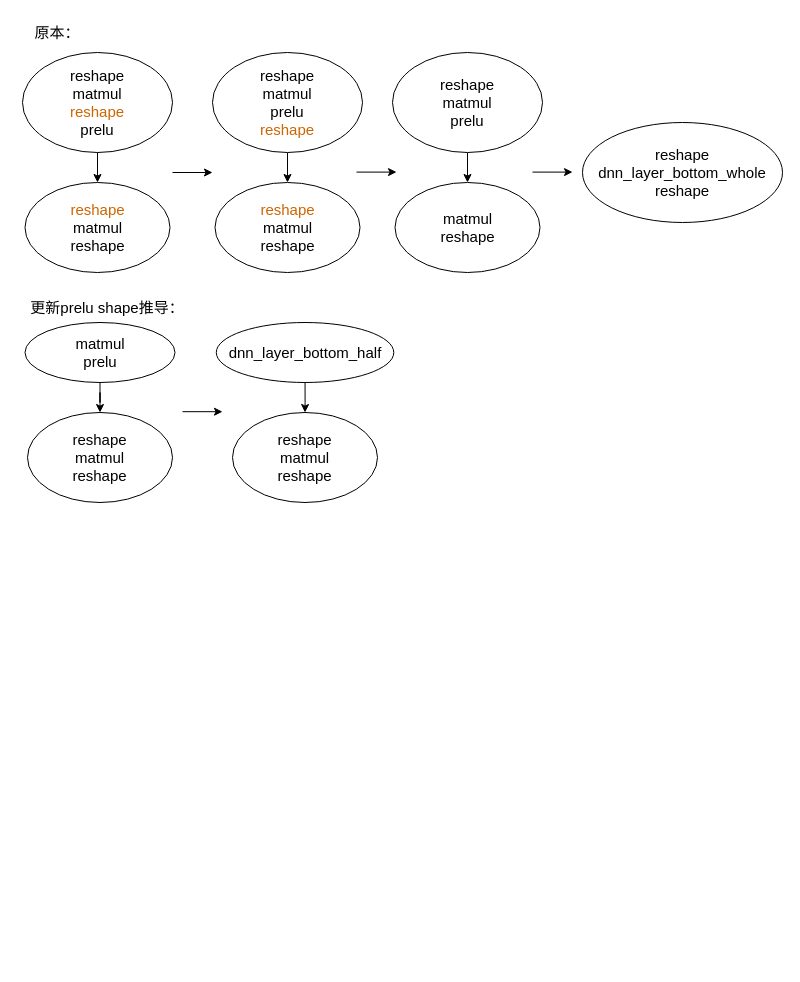
ABigDoge/MyDiagrams keeps this draw.io diagram as delay.drawio. Above is the earlier version. Source tidied: cells renumbered, new cells numbered last; positions are measured from the earlier drawing's top-left corner, leaving out a move shared by most shapes. Both pictures are drawn from the tidied source at 100%, with x=0, y=0 at pixel (22, 17).
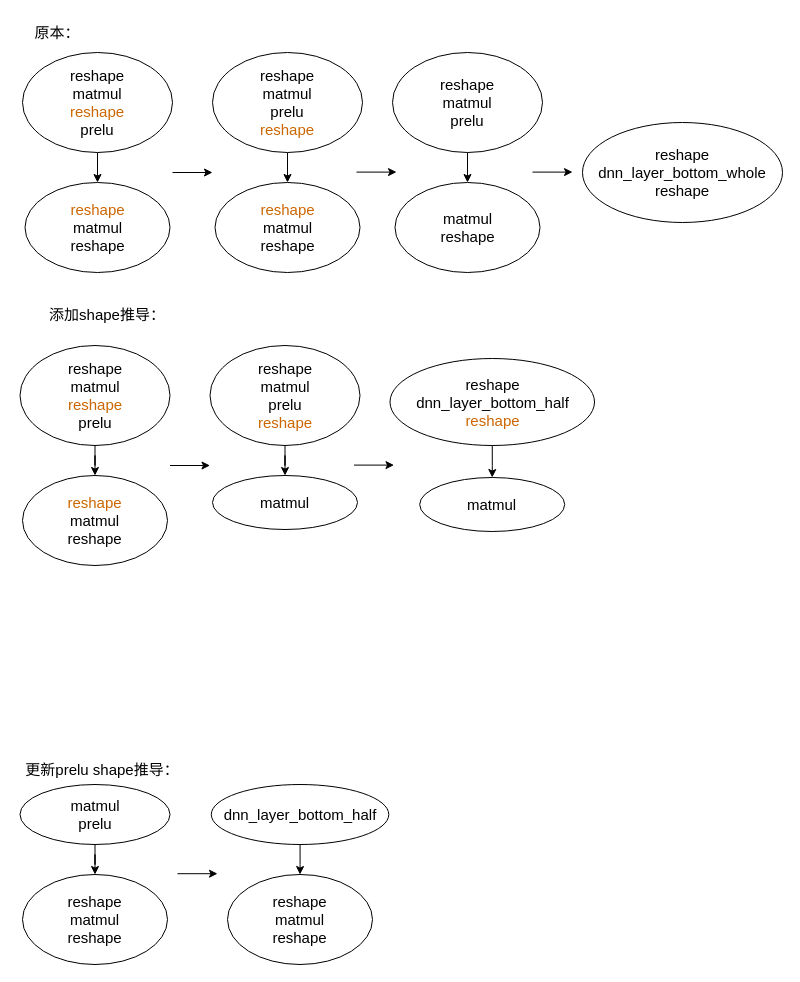
The same diagram, later.

Diff of the diagram source:
```diff
@@
     <mxCell id="13" value="&lt;div&gt;&lt;font style=&quot;font-size: 15px;&quot;&gt;matmul&lt;/font&gt;&lt;/div&gt;&lt;div&gt;&lt;font style=&quot;font-size: 15px;&quot;&gt;prelu&lt;/font&gt;&lt;/div&gt;" style="ellipse;whiteSpace=wrap;html=1;" parent="1" vertex="1">
-      <mxGeometry x="2.5" y="305" width="150" height="60" as="geometry" />
+      <mxGeometry x="-2.5" y="767" width="150" height="60" as="geometry" />
     </mxCell>
     <mxCell id="14" value="&lt;font style=&quot;font-size: 15px;&quot;&gt;reshape&lt;/font&gt;&lt;div&gt;&lt;font style=&quot;font-size: 15px;&quot;&gt;matmul&lt;/font&gt;&lt;/div&gt;&lt;div&gt;&lt;font style=&quot;font-size: 15px;&quot;&gt;reshape&lt;/font&gt;&lt;/div&gt;" style="ellipse;whiteSpace=wrap;html=1;" parent="1" vertex="1">
-      <mxGeometry x="5" y="395" width="145" height="90" as="geometry" />
+      <mxGeometry y="857" width="145" height="90" as="geometry" />
     </mxCell>
@@
     <mxCell id="16" value="&lt;div&gt;&lt;span style=&quot;font-size: 15px;&quot;&gt;dnn_layer_bottom_half&lt;/span&gt;&lt;/div&gt;" style="ellipse;whiteSpace=wrap;html=1;" parent="1" vertex="1">
-      <mxGeometry x="193.8" y="305" width="177.5" height="60" as="geometry" />
+      <mxGeometry x="188.8" y="767" width="177.5" height="60" as="geometry" />
     </mxCell>
     <mxCell id="17" value="&lt;font style=&quot;font-size: 15px;&quot;&gt;reshape&lt;/font&gt;&lt;div&gt;&lt;font style=&quot;font-size: 15px;&quot;&gt;matmul&lt;/font&gt;&lt;/div&gt;&lt;div&gt;&lt;font style=&quot;font-size: 15px;&quot;&gt;reshape&lt;/font&gt;&lt;/div&gt;" style="ellipse;whiteSpace=wrap;html=1;" parent="1" vertex="1">
-      <mxGeometry x="210" y="395" width="145" height="90" as="geometry" />
+      <mxGeometry x="205" y="857" width="145" height="90" as="geometry" />
     </mxCell>
@@
     <mxCell id="21" style="endArrow=classic;html=1;rounded=0;" parent="1" edge="1">
       <mxGeometry relative="1" as="geometry">
-        <mxPoint x="160" y="394.2" as="sourcePoint" />
-        <mxPoint x="200" y="394.2" as="targetPoint" />
+        <mxPoint x="155" y="856.2" as="sourcePoint" />
+        <mxPoint x="195" y="856.2" as="targetPoint" />
       </mxGeometry>
     </mxCell>
@@
     <mxCell id="23" value="&lt;font style=&quot;font-size: 15px;&quot;&gt;更新prelu shape推导：&lt;/font&gt;" style="text;html=1;align=center;verticalAlign=middle;whiteSpace=wrap;rounded=0;" parent="1" vertex="1">
-      <mxGeometry y="275" width="170" height="30" as="geometry" />
+      <mxGeometry x="-5" y="737" width="170" height="30" as="geometry" />
     </mxCell>
+    <mxCell id="24" value="&lt;font style=&quot;font-size: 15px;&quot;&gt;添加shape推导：&lt;/font&gt;" style="text;html=1;align=center;verticalAlign=middle;whiteSpace=wrap;rounded=0;" parent="1" vertex="1">
+      <mxGeometry y="282" width="170" height="30" as="geometry" />
+    </mxCell>
+    <mxCell id="25" style="edgeStyle=orthogonalEdgeStyle;rounded=0;jettySize=auto;html=1;" parent="1" edge="1" source="26" target="27">
+      <mxGeometry relative="1" as="geometry" />
+    </mxCell>
+    <mxCell id="26" value="&lt;font style=&quot;font-size: 15px;&quot;&gt;reshape&lt;/font&gt;&lt;div&gt;&lt;font style=&quot;font-size: 15px;&quot;&gt;matmul&lt;/font&gt;&lt;/div&gt;&lt;div&gt;&lt;font style=&quot;font-size: 15px; color: rgb(204, 102, 0);&quot;&gt;reshape&lt;/font&gt;&lt;/div&gt;&lt;div&gt;&lt;font style=&quot;font-size: 15px;&quot;&gt;prelu&lt;/font&gt;&lt;/div&gt;" style="ellipse;whiteSpace=wrap;html=1;" parent="1" vertex="1">
+      <mxGeometry x="-2.5" y="328" width="150" height="100" as="geometry" />
+    </mxCell>
+    <mxCell id="27" value="&lt;font style=&quot;font-size: 15px; color: rgb(204, 102, 0);&quot;&gt;reshape&lt;/font&gt;&lt;div&gt;&lt;font style=&quot;font-size: 15px;&quot;&gt;matmul&lt;/font&gt;&lt;/div&gt;&lt;div&gt;&lt;font style=&quot;font-size: 15px;&quot;&gt;reshape&lt;/font&gt;&lt;/div&gt;" style="ellipse;whiteSpace=wrap;html=1;" parent="1" vertex="1">
+      <mxGeometry y="458" width="145" height="90" as="geometry" />
+    </mxCell>
+    <mxCell id="28" style="edgeStyle=orthogonalEdgeStyle;rounded=0;jettySize=auto;html=1;" parent="1" edge="1" source="29" target="30">
+      <mxGeometry relative="1" as="geometry" />
+    </mxCell>
+    <mxCell id="29" value="&lt;font style=&quot;font-size: 15px;&quot;&gt;reshape&lt;/font&gt;&lt;div&gt;&lt;font style=&quot;font-size: 15px;&quot;&gt;matmul&lt;/font&gt;&lt;/div&gt;&lt;div&gt;&lt;font style=&quot;font-size: 15px;&quot;&gt;prelu&lt;/font&gt;&lt;/div&gt;&lt;div&gt;&lt;font style=&quot;font-size: 15px; color: rgb(204, 102, 0);&quot;&gt;reshape&lt;/font&gt;&lt;/div&gt;" style="ellipse;whiteSpace=wrap;html=1;" parent="1" vertex="1">
+      <mxGeometry x="187.5" y="328" width="150" height="100" as="geometry" />
+    </mxCell>
+    <mxCell id="30" value="&lt;div&gt;&lt;font style=&quot;font-size: 15px;&quot;&gt;matmul&lt;/font&gt;&lt;/div&gt;" style="ellipse;whiteSpace=wrap;html=1;" parent="1" vertex="1">
+      <mxGeometry x="190" y="458" width="145" height="54" as="geometry" />
+    </mxCell>
+    <mxCell id="31" style="edgeStyle=orthogonalEdgeStyle;rounded=0;jettySize=auto;html=1;entryX=0.5;entryY=0;entryDx=0;entryDy=0;" parent="1" edge="1" source="32" target="35">
+      <mxGeometry relative="1" as="geometry" />
+    </mxCell>
+    <mxCell id="32" value="&lt;font style=&quot;font-size: 15px;&quot;&gt;reshape&lt;/font&gt;&lt;div&gt;&lt;span style=&quot;font-size: 15px;&quot;&gt;dnn_layer_bottom_half&lt;/span&gt;&lt;/div&gt;&lt;div&gt;&lt;span style=&quot;color: rgb(204, 102, 0); font-size: 15px;&quot;&gt;reshape&lt;/span&gt;&lt;/div&gt;&lt;div&gt;&lt;div&gt;&lt;/div&gt;&lt;/div&gt;" style="ellipse;whiteSpace=wrap;html=1;" parent="1" vertex="1">
+      <mxGeometry x="367.5" y="341" width="204.5" height="87" as="geometry" />
+    </mxCell>
+    <mxCell id="33" style="endArrow=classic;html=1;rounded=0;" parent="1" edge="1">
+      <mxGeometry relative="1" as="geometry">
+        <mxPoint x="147.5" y="448" as="sourcePoint" />
+        <mxPoint x="187.5" y="448" as="targetPoint" />
+      </mxGeometry>
+    </mxCell>
+    <mxCell id="34" style="endArrow=classic;html=1;rounded=0;" parent="1" edge="1">
+      <mxGeometry relative="1" as="geometry">
+        <mxPoint x="331.5" y="447.6" as="sourcePoint" />
+        <mxPoint x="371.5" y="447.6" as="targetPoint" />
+      </mxGeometry>
+    </mxCell>
+    <mxCell id="35" value="&lt;div&gt;&lt;font style=&quot;font-size: 15px;&quot;&gt;matmul&lt;/font&gt;&lt;/div&gt;" style="ellipse;whiteSpace=wrap;html=1;" parent="1" vertex="1">
+      <mxGeometry x="397.2" y="460" width="145" height="54" as="geometry" />
+    </mxCell>
```
